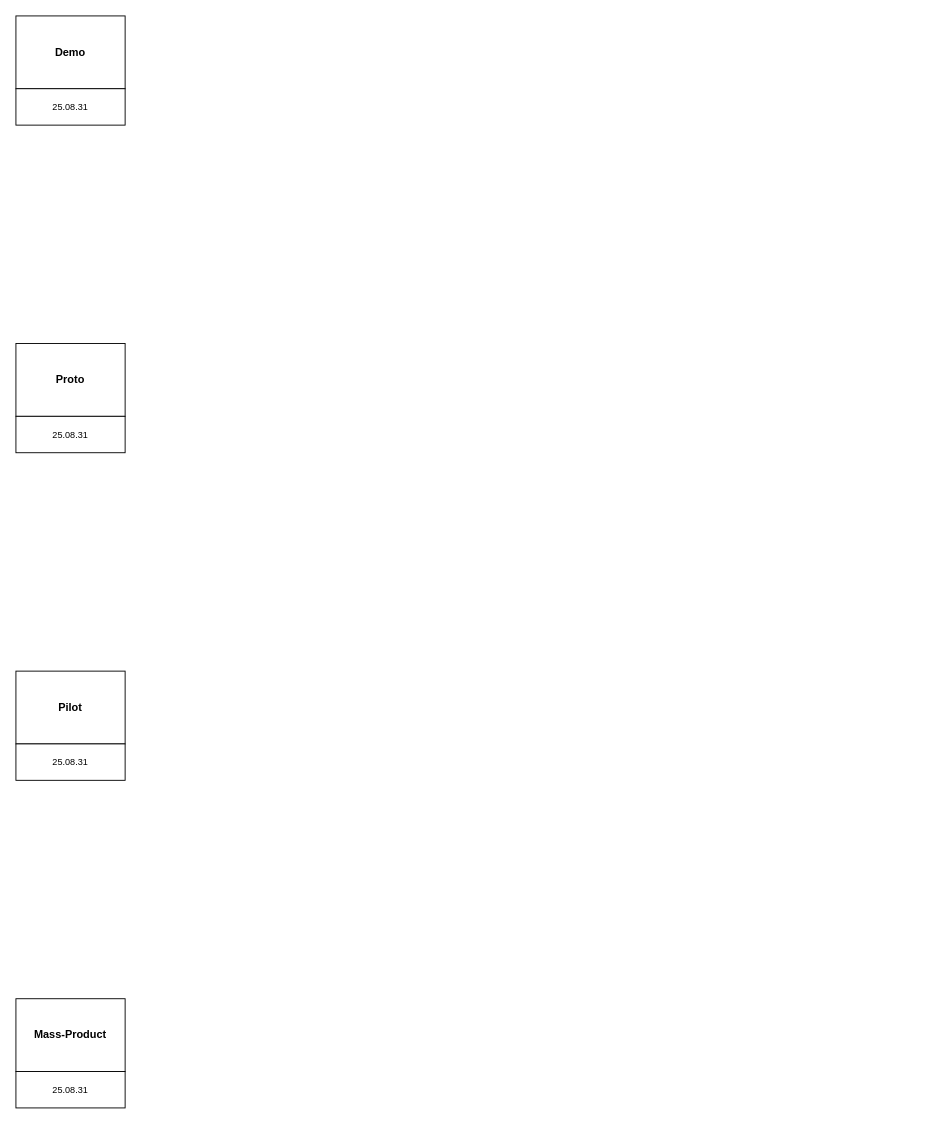
Jinhwan-Jung/emb keeps this draw.io diagram as page "01. Plan" (1 of 3) of 03. WBS/WBS_EMB.drawio. Above is the earlier version. Source tidied: cells renumbered, new cells numbered last; positions are measured from the earlier drawing's top-left corner, leaving out a move shared by most shapes. Both pictures are drawn from the tidied source at 91%, with x=0, y=0 at pixel (15, 15).
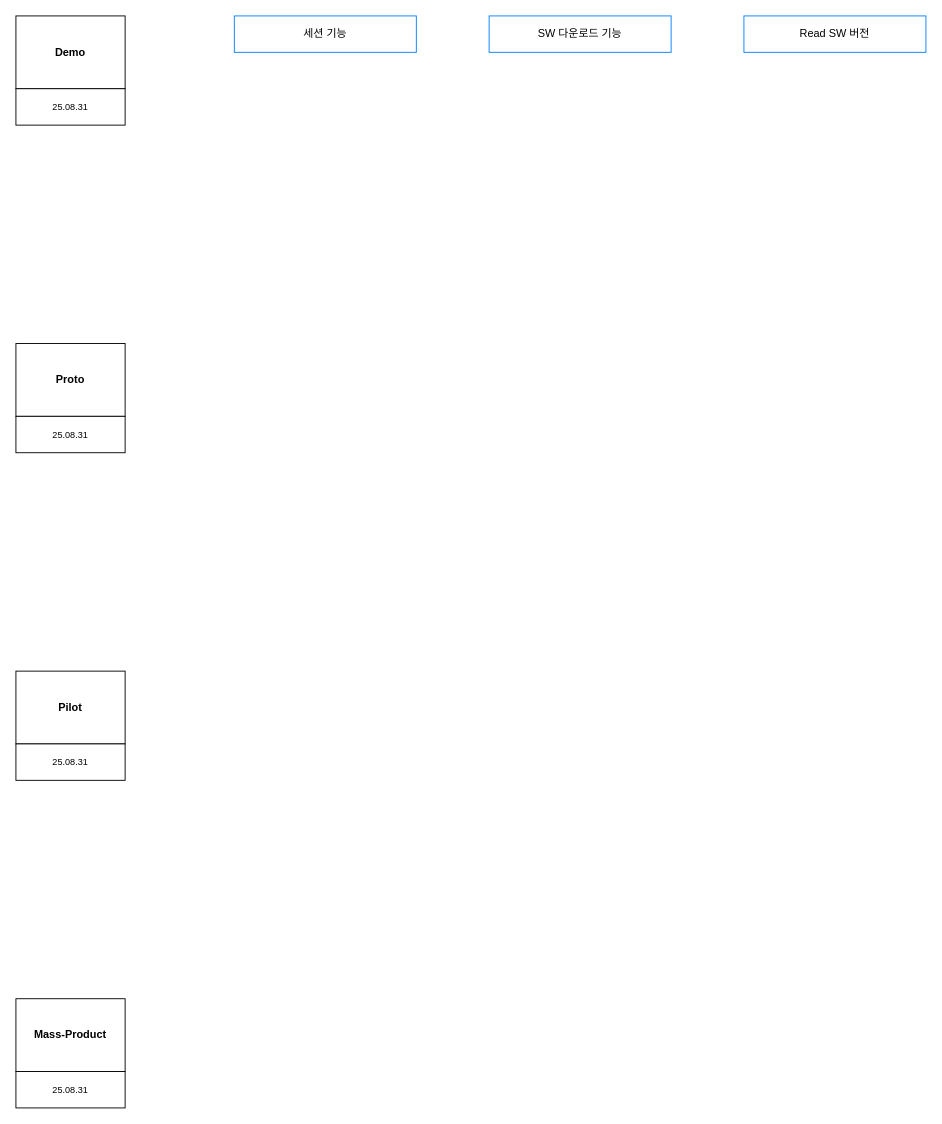
The same page after the edit.

What changed in the source:
```diff
@@
 <mxGraphModel>
   <root>
     <mxCell id="0" />
     <mxCell id="1" parent="0" />
     <mxCell id="2" value="Demo" style="rounded=0;whiteSpace=wrap;html=1;align=center;labelPosition=center;verticalLabelPosition=middle;verticalAlign=middle;fontSize=12;fontStyle=1;" parent="1" vertex="1">
       <mxGeometry width="120" height="80" as="geometry" />
     </mxCell>
     <mxCell id="3" value="Proto" style="rounded=0;whiteSpace=wrap;html=1;align=center;labelPosition=center;verticalLabelPosition=middle;verticalAlign=middle;fontStyle=1;" parent="1" vertex="1">
       <mxGeometry y="360" width="120" height="80" as="geometry" />
     </mxCell>
     <mxCell id="4" value="Pilot" style="rounded=0;whiteSpace=wrap;html=1;align=center;labelPosition=center;verticalLabelPosition=middle;verticalAlign=middle;fontStyle=1;" parent="1" vertex="1">
       <mxGeometry y="720" width="120" height="80" as="geometry" />
     </mxCell>
     <mxCell id="5" value="25.08.31" style="rounded=0;whiteSpace=wrap;html=1;align=center;labelPosition=center;verticalLabelPosition=middle;verticalAlign=middle;fontSize=10;" parent="1" vertex="1">
       <mxGeometry y="80" width="120" height="40" as="geometry" />
     </mxCell>
     <mxCell id="6" value="25.08.31" style="rounded=0;whiteSpace=wrap;html=1;align=center;labelPosition=center;verticalLabelPosition=middle;verticalAlign=middle;fontSize=10;" parent="1" vertex="1">
       <mxGeometry y="440" width="120" height="40" as="geometry" />
     </mxCell>
     <mxCell id="7" value="25.08.31" style="rounded=0;whiteSpace=wrap;html=1;align=center;labelPosition=center;verticalLabelPosition=middle;verticalAlign=middle;fontSize=10;" parent="1" vertex="1">
       <mxGeometry y="800" width="120" height="40" as="geometry" />
     </mxCell>
     <mxCell id="8" value="Mass-Product" style="rounded=0;whiteSpace=wrap;html=1;align=center;labelPosition=center;verticalLabelPosition=middle;verticalAlign=middle;fontStyle=1;" parent="1" vertex="1">
       <mxGeometry y="1080" width="120" height="80" as="geometry" />
     </mxCell>
     <mxCell id="9" value="25.08.31" style="rounded=0;whiteSpace=wrap;html=1;align=center;labelPosition=center;verticalLabelPosition=middle;verticalAlign=middle;fontSize=10;" parent="1" vertex="1">
       <mxGeometry y="1160" width="120" height="40" as="geometry" />
     </mxCell>
+    <mxCell id="10" value="세션 기능" style="rounded=0;whiteSpace=wrap;html=1;strokeColor=#007FFF;" parent="1" vertex="1">
+      <mxGeometry x="240" width="200" height="40" as="geometry" />
+    </mxCell>
+    <mxCell id="11" value="SW 다운로드 기능" style="rounded=0;whiteSpace=wrap;html=1;strokeColor=#007FFF;" parent="1" vertex="1">
+      <mxGeometry x="520" width="200" height="40" as="geometry" />
+    </mxCell>
+    <mxCell id="12" value="Read SW 버전" style="rounded=0;whiteSpace=wrap;html=1;strokeColor=#007FFF;" parent="1" vertex="1">
+      <mxGeometry x="800" width="200" height="40" as="geometry" />
+    </mxCell>
   </root>
 </mxGraphModel>
```
